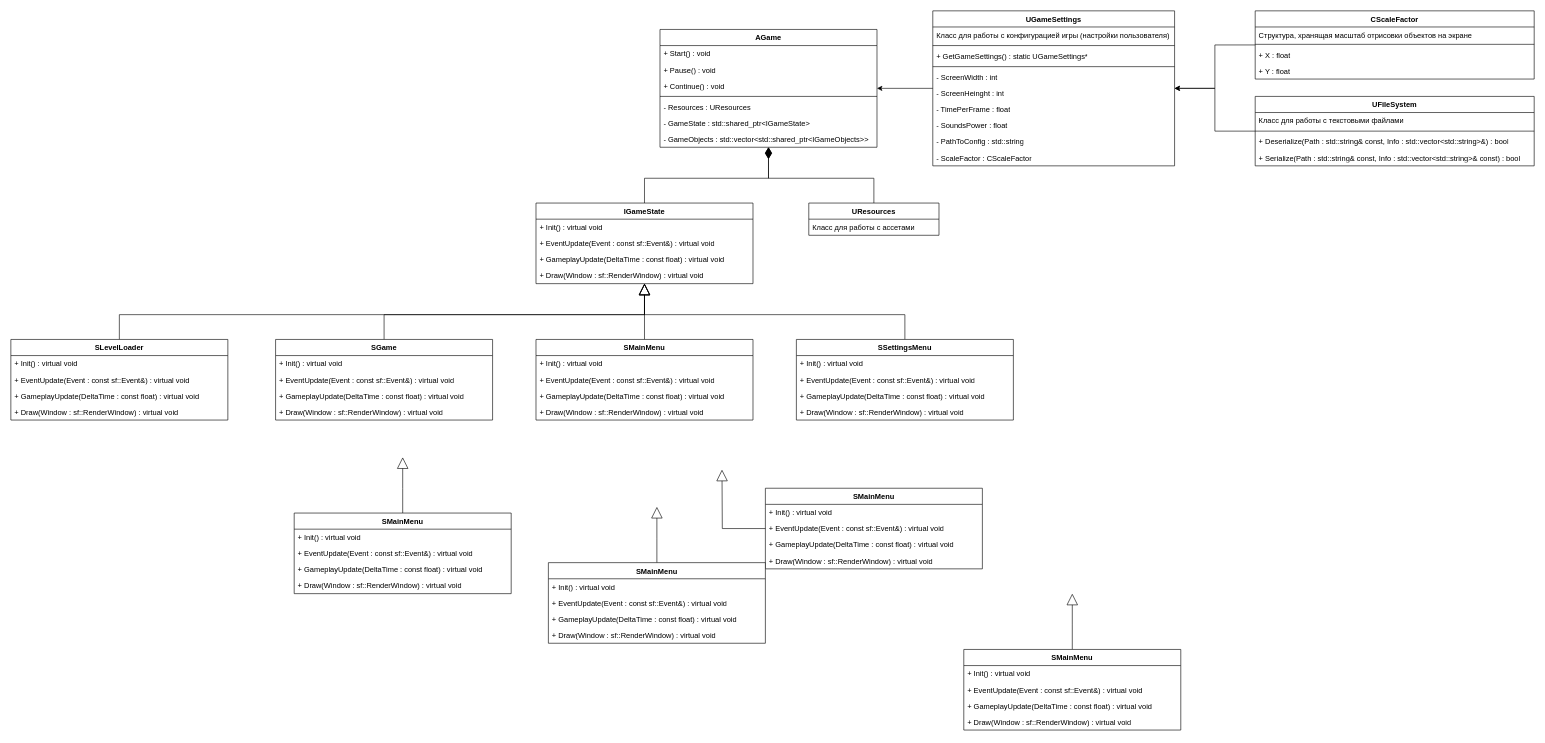
Dem4ke/XYZ_Arkanoid keeps this draw.io diagram as Arkanoid/Diagrams/Class_diagram.drawio. Above is the earlier version. Source tidied: cells renumbered, new cells numbered last; positions are measured from the earlier drawing's top-left corner, leaving out a move shared by most shapes. Both pictures are drawn from the tidied source at 62%, with x=0, y=0 at pixel (11, 11).
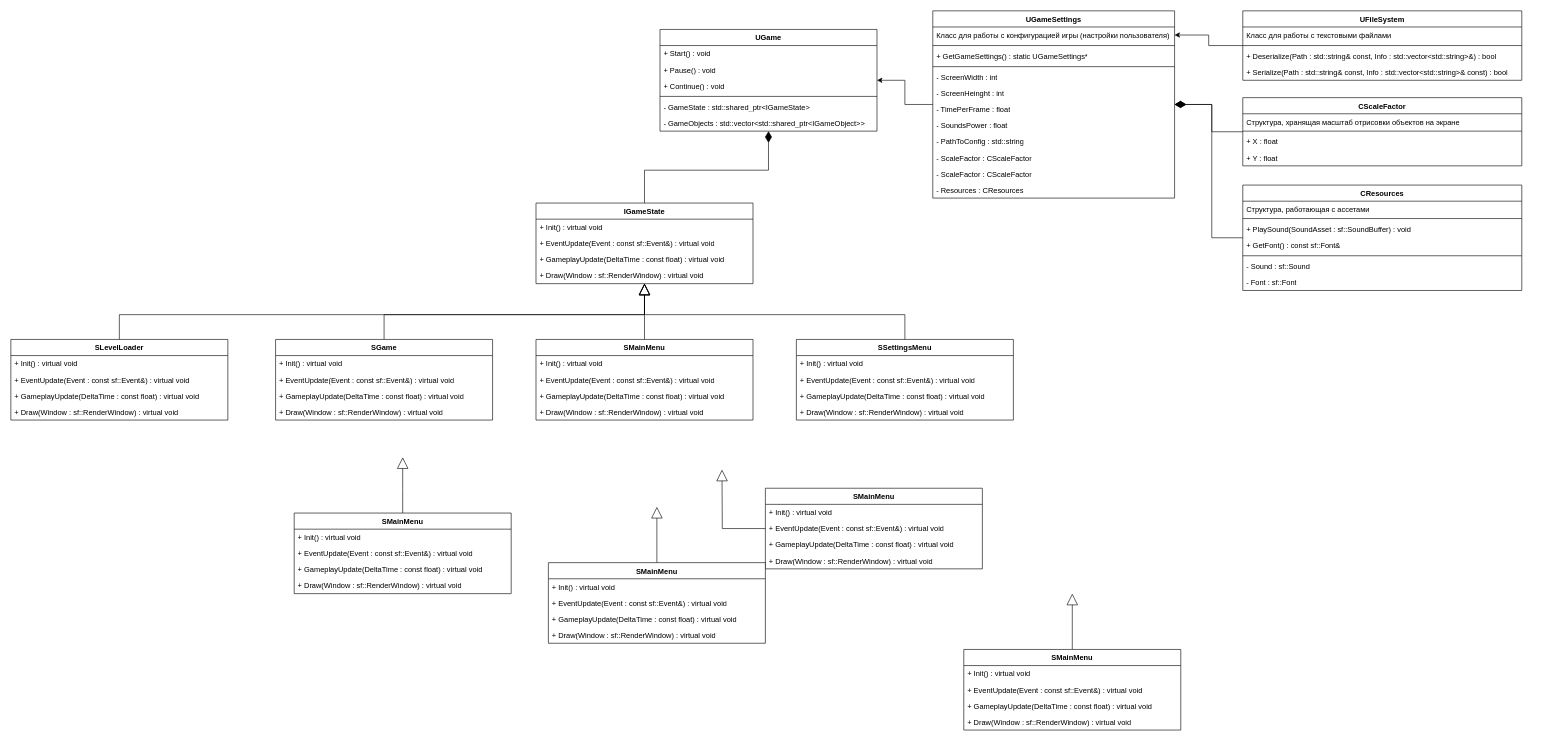
Above is the later version.

The change refers to these unchanged cells:
```xml
<mxCell id="69" value="Класс для работы с конфигурацией игры (настройки пользователя)" style="text;strokeColor=none;fillColor=none;align=left;verticalAlign=top;spacingLeft=4;spacingRight=4;overflow=hidden;points=[[0,0.5],[1,0.5]];portConstraint=eastwest;whiteSpace=wrap;html=1;" parent="68" vertex="1">
  <mxGeometry y="26" width="390" height="26" as="geometry" />
</mxCell>
```

Diff of the diagram source:
```diff
@@
-    <mxCell id="2" value="AGame" style="swimlane;fontStyle=1;align=center;verticalAlign=top;horizontal=1;startSize=26;whiteSpace=wrap;html=1;" parent="1" vertex="1">
-      <mxGeometry x="1047" y="30" width="350" height="190" as="geometry" />
+    <mxCell id="2" value="UGame" style="swimlane;fontStyle=1;align=center;verticalAlign=top;horizontal=1;startSize=26;whiteSpace=wrap;html=1;" parent="1" vertex="1">
+      <mxGeometry x="1047" y="30" width="350" height="164" as="geometry" />
     </mxCell>
@@
-    <mxCell id="7" value="- Resources : UResources" style="text;strokeColor=none;fillColor=none;align=left;verticalAlign=top;spacingLeft=4;spacingRight=4;overflow=hidden;whiteSpace=wrap;html=1;" parent="2" vertex="1">
-      <mxGeometry y="112" width="350" height="26" as="geometry" />
-    </mxCell>
     <mxCell id="8" value="- GameState : std::shared_ptr&amp;lt;IGameState&amp;gt;&amp;nbsp;" style="text;strokeColor=none;fillColor=none;align=left;verticalAlign=top;spacingLeft=4;spacingRight=4;overflow=hidden;whiteSpace=wrap;html=1;" parent="2" vertex="1">
-      <mxGeometry y="138" width="350" height="26" as="geometry" />
+      <mxGeometry y="112" width="350" height="26" as="geometry" />
     </mxCell>
-    <mxCell id="9" value="- GameObjects : std::vector&amp;lt;std::shared_ptr&amp;lt;IGameObjects&amp;gt;&amp;gt;&amp;nbsp;" style="text;strokeColor=none;fillColor=none;align=left;verticalAlign=top;spacingLeft=4;spacingRight=4;overflow=hidden;whiteSpace=wrap;html=1;" parent="2" vertex="1">
-      <mxGeometry y="164" width="350" height="26" as="geometry" />
+    <mxCell id="9" value="- GameObjects : std::vector&amp;lt;std::shared_ptr&amp;lt;IGameObject&amp;gt;&amp;gt;&amp;nbsp;" style="text;strokeColor=none;fillColor=none;align=left;verticalAlign=top;spacingLeft=4;spacingRight=4;overflow=hidden;whiteSpace=wrap;html=1;" parent="2" vertex="1">
+      <mxGeometry y="138" width="350" height="26" as="geometry" />
     </mxCell>
-    <mxCell id="10" style="edgeStyle=orthogonalEdgeStyle;rounded=0;jettySize=auto;html=1;endArrow=diamondThin;endFill=1;endSize=16;" parent="1" edge="1" source="11" target="2">
-      <mxGeometry relative="1" as="geometry" />
-    </mxCell>
-    <mxCell id="11" value="&lt;span style=&quot;text-align: left;&quot;&gt;UResources&lt;/span&gt;" style="swimlane;fontStyle=1;align=center;verticalAlign=top;horizontal=1;startSize=26;whiteSpace=wrap;html=1;" parent="1" vertex="1">
-      <mxGeometry x="1287" y="310" width="210" height="52" as="geometry" />
-    </mxCell>
-    <mxCell id="12" value="Класс для работы с ассетами" style="text;strokeColor=none;fillColor=none;align=left;verticalAlign=top;spacingLeft=4;spacingRight=4;overflow=hidden;whiteSpace=wrap;html=1;" parent="11" vertex="1">
-      <mxGeometry y="26" width="210" height="26" as="geometry" />
-    </mxCell>
@@
     <mxCell id="68" value="&lt;div style=&quot;text-align: left;&quot;&gt;&lt;span style=&quot;background-color: transparent; color: light-dark(rgb(0, 0, 0), rgb(255, 255, 255));&quot;&gt;UGameSettings&lt;/span&gt;&lt;/div&gt;" style="swimlane;fontStyle=1;align=center;verticalAlign=top;horizontal=1;startSize=26;whiteSpace=wrap;html=1;" parent="1" vertex="1">
-      <mxGeometry x="1487" width="390" height="250" as="geometry" />
+      <mxGeometry x="1487" width="390" height="302" as="geometry" />
     </mxCell>
@@
+    <mxCell id="91" value="- ScaleFactor : CScaleFactor" style="text;strokeColor=none;fillColor=none;align=left;verticalAlign=top;spacingLeft=4;spacingRight=4;overflow=hidden;whiteSpace=wrap;html=1;" parent="68" vertex="1">
+      <mxGeometry y="250" width="390" height="26" as="geometry" />
+    </mxCell>
+    <mxCell id="7" value="- Resources : СResources" style="text;strokeColor=none;fillColor=none;align=left;verticalAlign=top;spacingLeft=4;spacingRight=4;overflow=hidden;whiteSpace=wrap;html=1;" parent="68" vertex="1">
+      <mxGeometry y="276" width="390" height="26" as="geometry" />
+    </mxCell>
-    <mxCell id="79" style="edgeStyle=orthogonalEdgeStyle;rounded=0;jettySize=auto;html=1;" parent="1" edge="1" source="80" target="68">
+    <mxCell id="79" style="edgeStyle=orthogonalEdgeStyle;rounded=0;jettySize=auto;html=1;entryX=1;entryY=0.5;entryDx=0;entryDy=0;" parent="1" edge="1" source="80" target="69">
       <mxGeometry relative="1" as="geometry" />
     </mxCell>
     <mxCell id="80" value="&lt;div style=&quot;text-align: left;&quot;&gt;&lt;span style=&quot;background-color: transparent; color: light-dark(rgb(0, 0, 0), rgb(255, 255, 255));&quot;&gt;UFileSystem&lt;/span&gt;&lt;/div&gt;" style="swimlane;fontStyle=1;align=center;verticalAlign=top;horizontal=1;startSize=26;whiteSpace=wrap;html=1;" parent="1" vertex="1">
-      <mxGeometry x="2007" y="138" width="450" height="112" as="geometry" />
+      <mxGeometry x="1987" width="450" height="112" as="geometry" />
     </mxCell>
@@
-    <mxCell id="85" style="edgeStyle=orthogonalEdgeStyle;rounded=0;jettySize=auto;html=1;" parent="1" edge="1" source="86" target="68">
+    <mxCell id="85" style="edgeStyle=orthogonalEdgeStyle;rounded=0;jettySize=auto;html=1;endSize=16;endArrow=diamondThin;endFill=1;" parent="1" edge="1" source="86" target="68">
       <mxGeometry relative="1" as="geometry" />
     </mxCell>
     <mxCell id="86" value="&lt;div style=&quot;text-align: left;&quot;&gt;&lt;span style=&quot;background-color: transparent; color: light-dark(rgb(0, 0, 0), rgb(255, 255, 255));&quot;&gt;CScaleFactor&lt;/span&gt;&lt;/div&gt;" style="swimlane;fontStyle=1;align=center;verticalAlign=top;horizontal=1;startSize=26;whiteSpace=wrap;html=1;" parent="1" vertex="1">
-      <mxGeometry x="2007" width="450" height="110" as="geometry" />
+      <mxGeometry x="1987" y="140" width="450" height="110" as="geometry" />
     </mxCell>
@@
+    <mxCell id="92" style="edgeStyle=orthogonalEdgeStyle;rounded=0;jettySize=auto;html=1;endArrow=diamondThin;endFill=1;endSize=16;" parent="1" edge="1" source="93" target="68">
+      <mxGeometry relative="1" as="geometry" />
+    </mxCell>
+    <mxCell id="93" value="&lt;div style=&quot;text-align: left;&quot;&gt;&lt;span style=&quot;background-color: transparent; color: light-dark(rgb(0, 0, 0), rgb(255, 255, 255));&quot;&gt;CResources&lt;/span&gt;&lt;/div&gt;" style="swimlane;fontStyle=1;align=center;verticalAlign=top;horizontal=1;startSize=26;whiteSpace=wrap;html=1;" parent="1" vertex="1">
+      <mxGeometry x="1987" y="281" width="450" height="170" as="geometry" />
+    </mxCell>
+    <mxCell id="94" value="Структура, работающая с ассетами" style="text;strokeColor=none;fillColor=none;align=left;verticalAlign=top;spacingLeft=4;spacingRight=4;overflow=hidden;whiteSpace=wrap;html=1;" parent="93" vertex="1">
+      <mxGeometry y="26" width="450" height="24" as="geometry" />
+    </mxCell>
+    <mxCell id="95" style="line;strokeWidth=1;fillColor=none;align=left;verticalAlign=middle;spacingTop=-1;spacingLeft=3;spacingRight=3;labelPosition=right;strokeColor=inherit;" parent="93" vertex="1">
+      <mxGeometry y="50" width="450" height="8" as="geometry" />
+    </mxCell>
+    <mxCell id="96" value="+ PlaySound(SoundAsset : sf::SoundBuffer) : void" style="text;strokeColor=none;fillColor=none;align=left;verticalAlign=top;spacingLeft=4;spacingRight=4;overflow=hidden;whiteSpace=wrap;html=1;" parent="93" vertex="1">
+      <mxGeometry y="58" width="450" height="26" as="geometry" />
+    </mxCell>
+    <mxCell id="97" value="+ GetFont() : const sf::Font&amp;amp;&amp;nbsp;" style="text;strokeColor=none;fillColor=none;align=left;verticalAlign=top;spacingLeft=4;spacingRight=4;overflow=hidden;whiteSpace=wrap;html=1;" parent="93" vertex="1">
+      <mxGeometry y="84" width="450" height="26" as="geometry" />
+    </mxCell>
+    <mxCell id="98" style="line;strokeWidth=1;fillColor=none;align=left;verticalAlign=middle;spacingTop=-1;spacingLeft=3;spacingRight=3;labelPosition=right;strokeColor=inherit;" parent="93" vertex="1">
+      <mxGeometry y="110" width="450" height="8" as="geometry" />
+    </mxCell>
+    <mxCell id="99" value="- Sound : sf::Sound" style="text;strokeColor=none;fillColor=none;align=left;verticalAlign=top;spacingLeft=4;spacingRight=4;overflow=hidden;whiteSpace=wrap;html=1;" parent="93" vertex="1">
+      <mxGeometry y="118" width="450" height="26" as="geometry" />
+    </mxCell>
+    <mxCell id="100" value="- Font : sf::Font" style="text;strokeColor=none;fillColor=none;align=left;verticalAlign=top;spacingLeft=4;spacingRight=4;overflow=hidden;whiteSpace=wrap;html=1;" parent="93" vertex="1">
+      <mxGeometry y="144" width="450" height="26" as="geometry" />
+    </mxCell>
```
